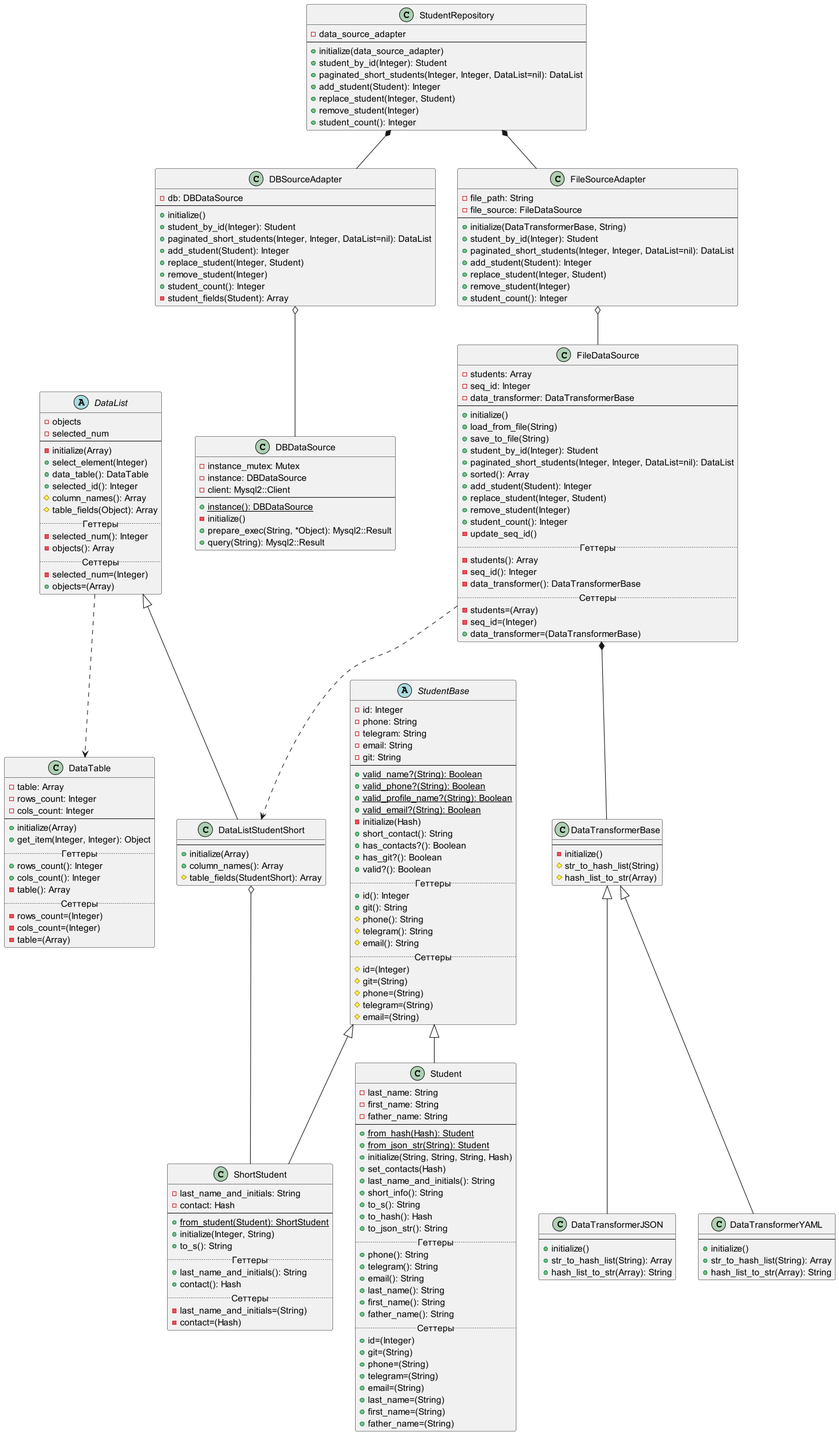
Earlier version of the PlantUML export Diagrams/lab2.png (r1411/PatternsLabs).
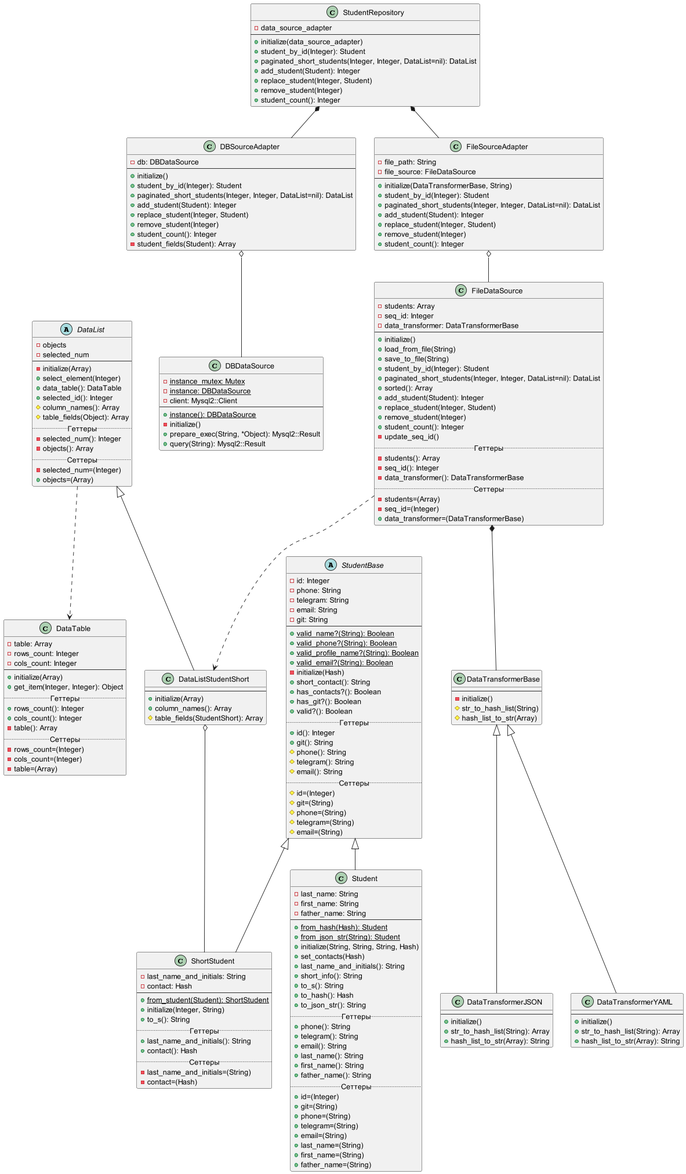
After the commit.

Commit message:
Исправление на диаграмме одиночки DBDataSource

Change to the diagram source:
```diff
@@ -150,8 +150,8 @@
 }
 
 class DBDataSource {
-    -instance_mutex: Mutex
-    -instance: DBDataSource
+    -{static}instance_mutex: Mutex
+    -{static}instance: DBDataSource
     -client: Mysql2::Client
     --
     +{static}instance(): DBDataSource
```
